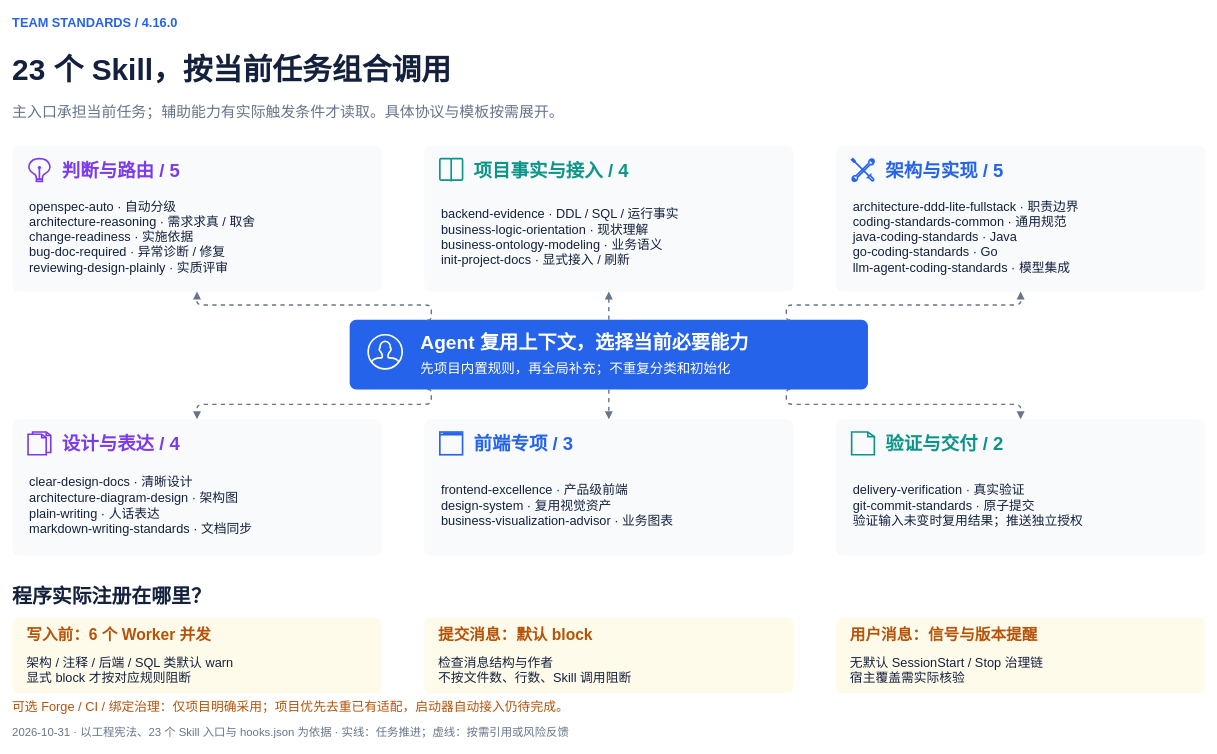
Before: page "02 按需能力与实际门禁" (2 of 2) of docs/diagrams/team-standards-execution.drawio in exception-coder/team-standards, a draw.io diagram. Source tidied: cells renumbered, new cells numbered last; positions are measured from the earlier drawing's top-left corner, leaving out a move shared by most shapes. Both pictures are drawn from the tidied source at 71%, with x=0, y=0 at pixel (12, 12).
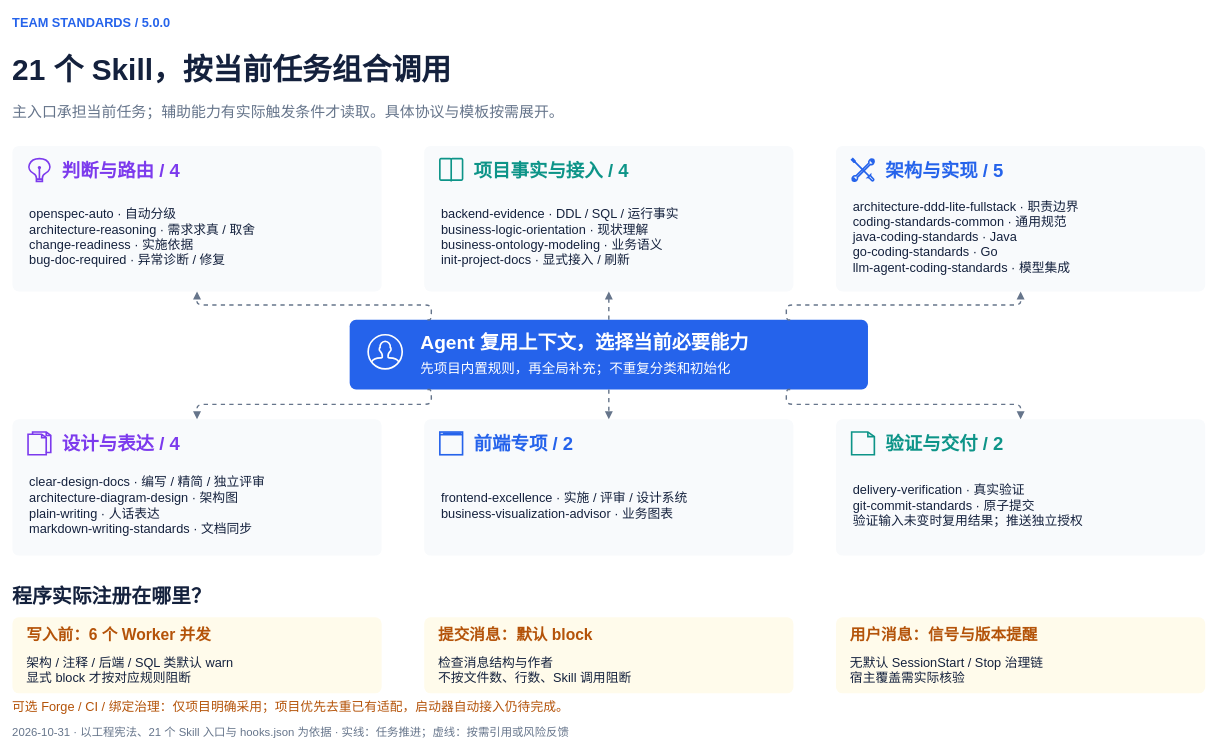
The same page after the edit.

Change to the diagram source:
```diff
@@
-    <mxCell id="2" value="TEAM STANDARDS  /  4.16.0" style="fontFamily=Microsoft YaHei;html=0;fontColor=#14213D;text;strokeColor=none;fillColor=none;align=left;verticalAlign=middle;whiteSpace=wrap;spacing=0;fontSize=18;fontColor=#2563EB;fontStyle=1;" parent="1" vertex="1">
+    <mxCell id="2" value="TEAM STANDARDS  /  5.0.0" style="fontFamily=Microsoft YaHei;html=0;fontColor=#14213D;text;strokeColor=none;fillColor=none;align=left;verticalAlign=middle;whiteSpace=wrap;spacing=0;fontSize=18;fontColor=#2563EB;fontStyle=1;" parent="1" vertex="1">
       <mxGeometry width="1250" height="30" as="geometry" />
     </mxCell>
-    <mxCell id="3" value="23 个 Skill，按当前任务组合调用" style="fontFamily=Microsoft YaHei;html=0;fontColor=#14213D;text;strokeColor=none;fillColor=none;align=left;verticalAlign=middle;whiteSpace=wrap;spacing=0;fontSize=42;fontColor=#14213D;fontStyle=1;" parent="1" vertex="1">
+    <mxCell id="3" value="21 个 Skill，按当前任务组合调用" style="fontFamily=Microsoft YaHei;html=0;fontColor=#14213D;text;strokeColor=none;fillColor=none;align=left;verticalAlign=middle;whiteSpace=wrap;spacing=0;fontSize=42;fontColor=#14213D;fontStyle=1;" parent="1" vertex="1">
       <mxGeometry y="48" width="1680" height="65" as="geometry" />
     </mxCell>
@@
-    <mxCell id="5" value="2026-10-31 · 以工程宪法、23 个 Skill 入口与 hooks.json 为依据 · 实线：任务推进；虚线：按需引用或风险反馈" style="fontFamily=Microsoft YaHei;html=0;fontColor=#14213D;text;strokeColor=none;fillColor=none;align=left;verticalAlign=middle;whiteSpace=wrap;spacing=0;fontSize=16;fontColor=#66758B;fontStyle=0;" parent="1" vertex="1">
+    <mxCell id="5" value="2026-10-31 · 以工程宪法、21 个 Skill 入口与 hooks.json 为依据 · 实线：任务推进；虚线：按需引用或风险反馈" style="fontFamily=Microsoft YaHei;html=0;fontColor=#14213D;text;strokeColor=none;fillColor=none;align=left;verticalAlign=middle;whiteSpace=wrap;spacing=0;fontSize=16;fontColor=#66758B;fontStyle=0;" parent="1" vertex="1">
       <mxGeometry y="998" width="1680" height="30" as="geometry" />
     </mxCell>
@@
-    <mxCell id="8" value="判断与路由  /  5" style="fontFamily=Microsoft YaHei;html=0;fontColor=#14213D;text;strokeColor=none;fillColor=none;align=left;verticalAlign=middle;whiteSpace=wrap;spacing=0;fontSize=26;fontColor=#7C3AED;fontStyle=1;" parent="1" vertex="1">
+    <mxCell id="8" value="判断与路由  /  4" style="fontFamily=Microsoft YaHei;html=0;fontColor=#14213D;text;strokeColor=none;fillColor=none;align=left;verticalAlign=middle;whiteSpace=wrap;spacing=0;fontSize=26;fontColor=#7C3AED;fontStyle=1;" parent="1" vertex="1">
       <mxGeometry x="70" y="201" width="430" height="43" as="geometry" />
     </mxCell>
-    <mxCell id="9" value="openspec-auto · 自动分级&#10;architecture-reasoning · 需求求真 / 取舍&#10;change-readiness · 实施依据&#10;bug-doc-required · 异常诊断 / 修复&#10;reviewing-design-plainly · 实质评审" style="fontFamily=Microsoft YaHei;html=0;fontColor=#14213D;text;strokeColor=none;fillColor=none;align=left;verticalAlign=middle;whiteSpace=wrap;spacing=0;fontSize=18;fontColor=#14213D;fontStyle=0;" parent="1" vertex="1">
+    <mxCell id="9" value="openspec-auto · 自动分级&#10;architecture-reasoning · 需求求真 / 取舍&#10;change-readiness · 实施依据&#10;bug-doc-required · 异常诊断 / 修复" style="fontFamily=Microsoft YaHei;html=0;fontColor=#14213D;text;strokeColor=none;fillColor=none;align=left;verticalAlign=middle;whiteSpace=wrap;spacing=0;fontSize=18;fontColor=#14213D;fontStyle=0;" parent="1" vertex="1">
       <mxGeometry x="24" y="252" width="472" height="129" as="geometry" />
     </mxCell>
@@
-    <mxCell id="21" value="clear-design-docs · 清晰设计&#10;architecture-diagram-design · 架构图&#10;plain-writing · 人话表达&#10;markdown-writing-standards · 文档同步" style="fontFamily=Microsoft YaHei;html=0;fontColor=#14213D;text;strokeColor=none;fillColor=none;align=left;verticalAlign=middle;whiteSpace=wrap;spacing=0;fontSize=18;fontColor=#14213D;fontStyle=0;" parent="1" vertex="1">
+    <mxCell id="21" value="clear-design-docs · 编写 / 精简 / 独立评审&#10;architecture-diagram-design · 架构图&#10;plain-writing · 人话表达&#10;markdown-writing-standards · 文档同步" style="fontFamily=Microsoft YaHei;html=0;fontColor=#14213D;text;strokeColor=none;fillColor=none;align=left;verticalAlign=middle;whiteSpace=wrap;spacing=0;fontSize=18;fontColor=#14213D;fontStyle=0;" parent="1" vertex="1">
       <mxGeometry x="24" y="637" width="472" height="116" as="geometry" />
     </mxCell>
@@
-    <mxCell id="24" value="前端专项  /  3" style="fontFamily=Microsoft YaHei;html=0;fontColor=#14213D;text;strokeColor=none;fillColor=none;align=left;verticalAlign=middle;whiteSpace=wrap;spacing=0;fontSize=26;fontColor=#2563EB;fontStyle=1;" parent="1" vertex="1">
+    <mxCell id="24" value="前端专项  /  2" style="fontFamily=Microsoft YaHei;html=0;fontColor=#14213D;text;strokeColor=none;fillColor=none;align=left;verticalAlign=middle;whiteSpace=wrap;spacing=0;fontSize=26;fontColor=#2563EB;fontStyle=1;" parent="1" vertex="1">
       <mxGeometry x="650" y="586" width="430" height="43" as="geometry" />
     </mxCell>
-    <mxCell id="25" value="frontend-excellence · 产品级前端&#10;design-system · 复用视觉资产&#10;business-visualization-advisor · 业务图表" style="fontFamily=Microsoft YaHei;html=0;fontColor=#14213D;text;strokeColor=none;fillColor=none;align=left;verticalAlign=middle;whiteSpace=wrap;spacing=0;fontSize=18;fontColor=#14213D;fontStyle=0;" parent="1" vertex="1">
+    <mxCell id="25" value="frontend-excellence · 实施 / 评审 / 设计系统&#10;business-visualization-advisor · 业务图表" style="fontFamily=Microsoft YaHei;html=0;fontColor=#14213D;text;strokeColor=none;fillColor=none;align=left;verticalAlign=middle;whiteSpace=wrap;spacing=0;fontSize=18;fontColor=#14213D;fontStyle=0;" parent="1" vertex="1">
       <mxGeometry x="604" y="637" width="472" height="116" as="geometry" />
     </mxCell>
```
